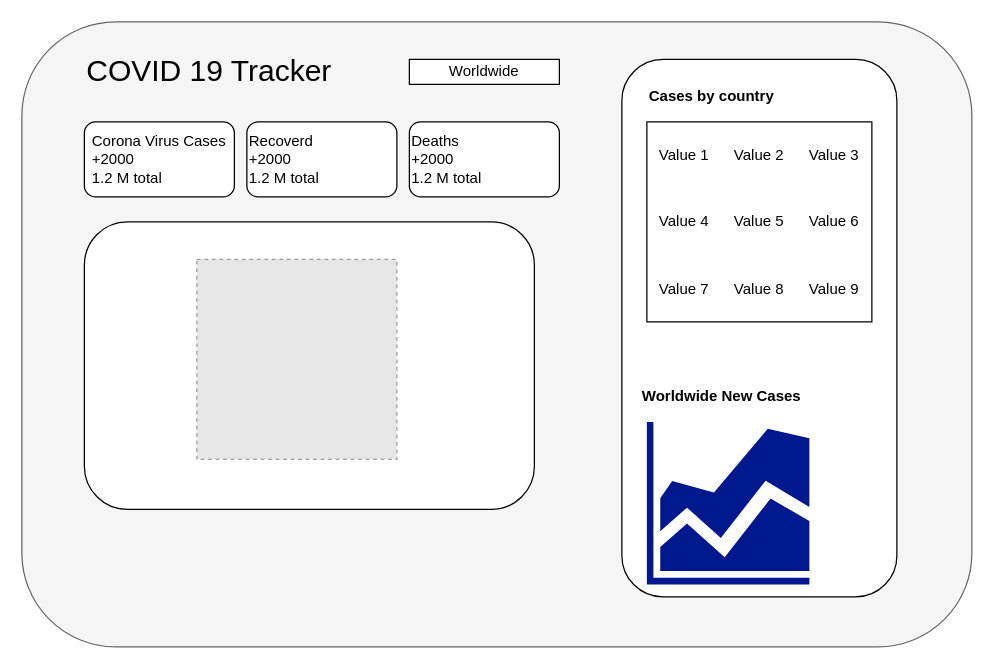
Before: Covid Tracker.drawio in GautamSKochar/c19-report, a draw.io diagram. Source tidied: cells renumbered, new cells numbered last; positions are measured from the earlier drawing's top-left corner, leaving out a move shared by most shapes. Both pictures are drawn from the tidied source at 125%, with x=0, y=0 at pixel (21, 21). Pictures stored in the file or linked from it are replaced by grey dashed boxes.
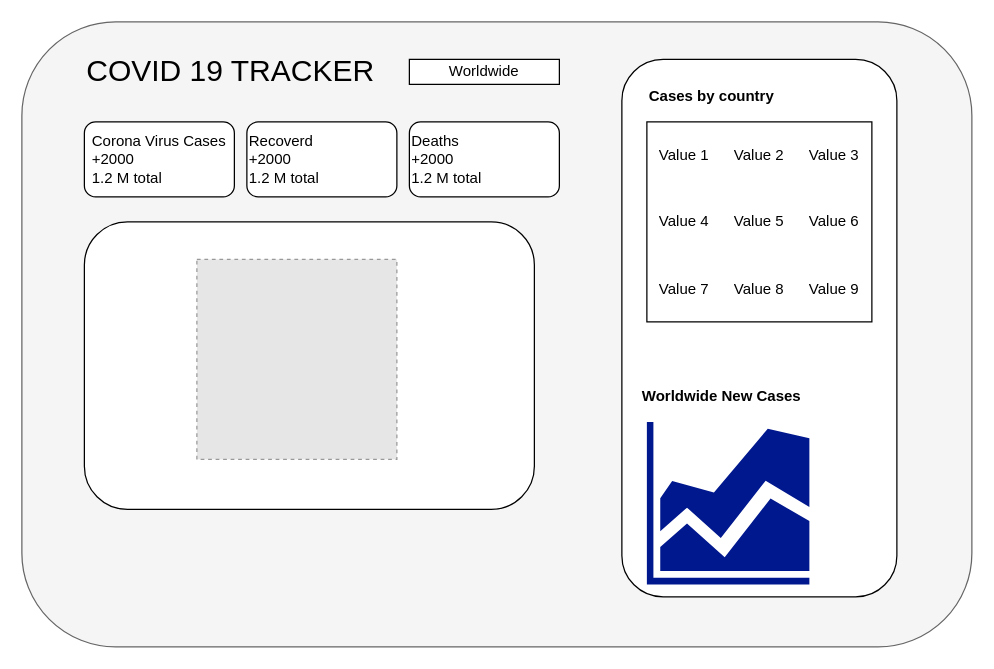
After the change.

Diff of the diagram source:
```diff
@@
-    <mxCell id="3" value="&lt;div align=&quot;left&quot;&gt;&lt;font style=&quot;font-size: 24px&quot;&gt;COVID 19 Tracker&lt;/font&gt;&lt;/div&gt;" style="text;html=1;strokeColor=none;fillColor=none;align=left;verticalAlign=middle;whiteSpace=wrap;rounded=0;fontSize=22;" parent="1" vertex="1">
+    <mxCell id="3" value="&lt;div align=&quot;left&quot;&gt;&lt;font style=&quot;font-size: 24px&quot;&gt;COVID 19 TRACKER&lt;/font&gt;&lt;/div&gt;" style="text;html=1;strokeColor=none;fillColor=none;align=left;verticalAlign=middle;whiteSpace=wrap;rounded=0;fontSize=22;" parent="1" vertex="1">
       <mxGeometry x="50" y="30" width="240" height="20" as="geometry" />
     </mxCell>
```
